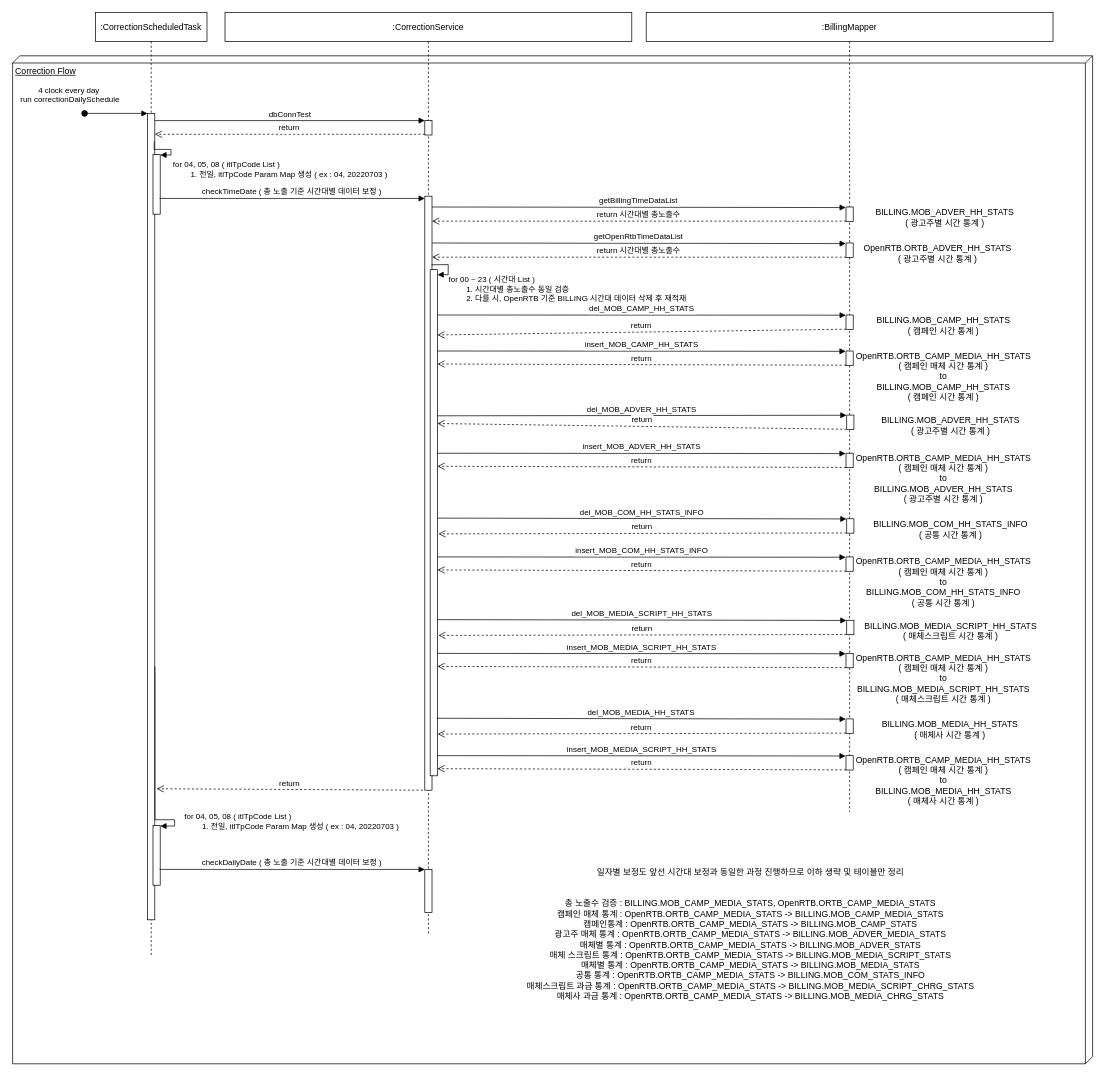
Above: OpenRTB 보정 스케줄러 Flow/.drawio in BaekSeungJo/Diagram (draw.io), before the change. Source tidied: cells renumbered, new cells numbered last; positions are measured from the earlier drawing's top-left corner, leaving out a move shared by most shapes. Both pictures are drawn from the tidied source at 72%, with x=0, y=0 at pixel (12, 12).
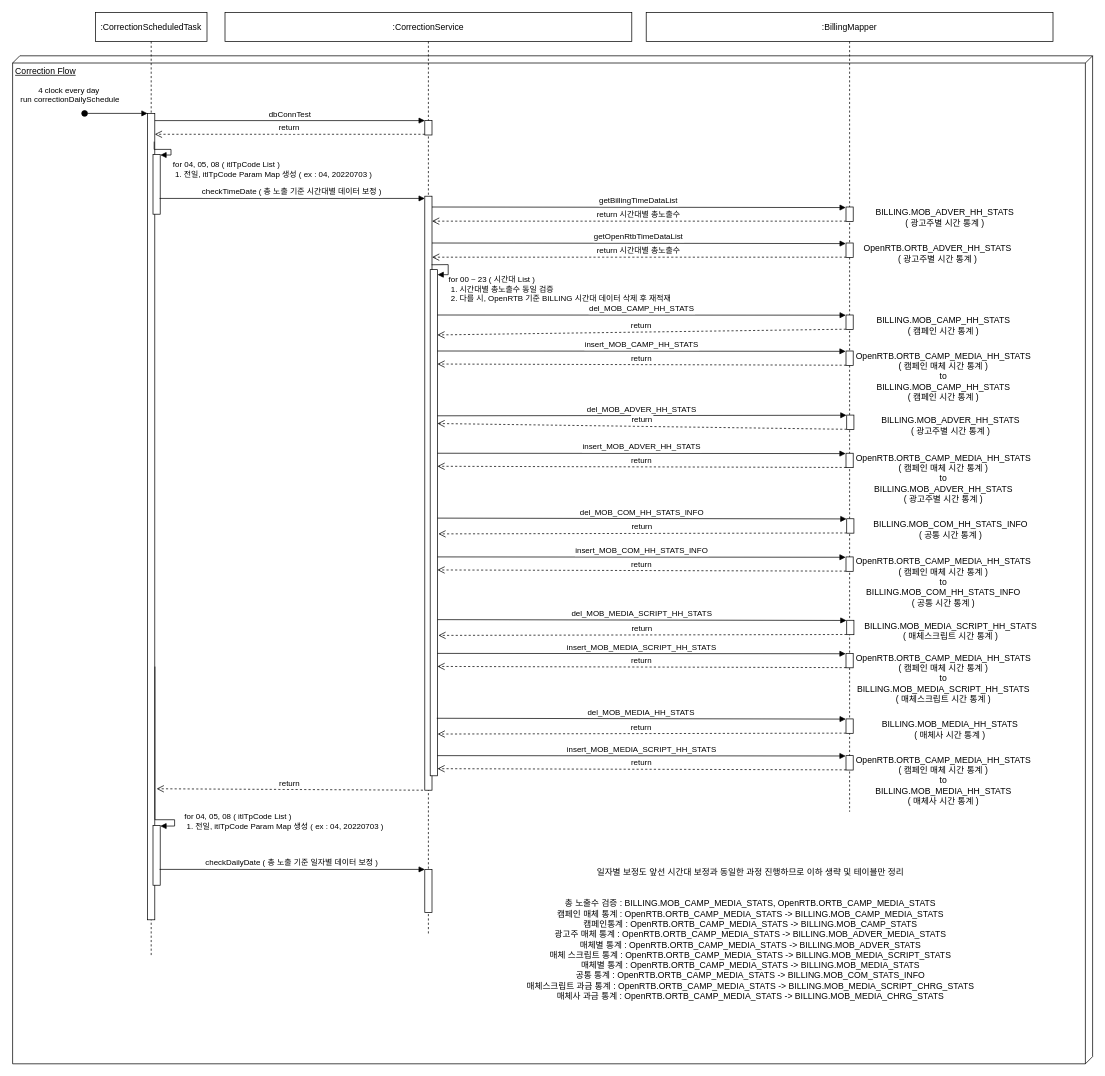
Above is the later version.

Commit message:
Update OpenRTB 보정 스케줄러 Flow\.drawio

The change refers to these unchanged cells:
```xml
<mxCell id="3" value=":CorrectionScheduledTask" style="shape=umlLifeline;perimeter=lifelinePerimeter;rounded=0;shadow=0;strokeWidth=1;" parent="1" vertex="1">
  <mxGeometry x="115" width="155" height="1310" as="geometry" />
</mxCell>
<mxCell id="4" style="points=[];perimeter=orthogonalPerimeter;rounded=0;shadow=0;strokeWidth=1;" parent="3" vertex="1">
  <mxGeometry x="72.5" y="140" width="10" height="1120" as="geometry" />
</mxCell>
<mxCell id="6" style="points=[];perimeter=orthogonalPerimeter;rounded=0;shadow=0;strokeWidth=1;" parent="3" vertex="1">
  <mxGeometry x="80" y="197" width="10" height="83" as="geometry" />
</mxCell>
<mxCell id="8" style="points=[];perimeter=orthogonalPerimeter;rounded=0;shadow=0;strokeWidth=1;" parent="3" vertex="1">
  <mxGeometry x="80" y="1129" width="10" height="83" as="geometry" />
</mxCell>
<mxCell id="10" value=":CorrectionService" style="shape=umlLifeline;perimeter=lifelinePerimeter;rounded=0;shadow=0;strokeWidth=1;" parent="1" vertex="1">
  <mxGeometry x="295" width="565" height="1280" as="geometry" />
</mxCell>
<mxCell id="30" style="points=[];perimeter=orthogonalPerimeter;rounded=0;shadow=0;strokeWidth=1;" parent="1" vertex="1">
  <mxGeometry x="580" y="357" width="10" height="703" as="geometry" />
</mxCell>
```

What changed in the source:
```diff
@@
-    <mxCell id="7" value="for 04, 05, 08 ( itlTpCode List )&lt;br&gt;&lt;span style=&quot;white-space: pre;&quot;&gt;&#9;&lt;/span&gt;1. 전일, itlTpCode Param Map 생성 ( ex : 04, 20220703 )" style="edgeStyle=orthogonalEdgeStyle;html=1;align=left;spacingLeft=2;endArrow=block;rounded=0;entryX=1.019;entryY=0.01;exitX=0.911;exitY=0.035;exitDx=0;exitDy=0;exitPerimeter=0;entryDx=0;entryDy=0;entryPerimeter=0;" parent="3" edge="1" source="4" target="6">
+    <mxCell id="7" value="for 04, 05, 08 ( itlTpCode List )&lt;br&gt;&lt;span style=&quot;white-space: pre;&quot;&gt; &lt;/span&gt;1. 전일, itlTpCode Param Map 생성 ( ex : 04, 20220703 )" style="edgeStyle=orthogonalEdgeStyle;html=1;align=left;spacingLeft=2;endArrow=block;rounded=0;entryX=1.019;entryY=0.01;exitX=0.911;exitY=0.035;exitDx=0;exitDy=0;exitPerimeter=0;entryDx=0;entryDy=0;entryPerimeter=0;" parent="3" edge="1" source="4" target="6">
       <mxGeometry x="0.53" y="20" relative="1" as="geometry">
         <Array as="points">
           <mxPoint x="105" y="190" />
           <mxPoint x="105" y="198" />
         </Array>
       </mxGeometry>
     </mxCell>
@@
-    <mxCell id="9" value="for 04, 05, 08 ( itlTpCode List )&lt;br&gt;&lt;span style=&quot;white-space: pre;&quot;&gt;&#9;&lt;/span&gt;1. 전일, itlTpCode Param Map 생성 ( ex : 04, 20220703 )" style="edgeStyle=orthogonalEdgeStyle;html=1;align=left;spacingLeft=2;endArrow=block;rounded=0;entryX=1.019;entryY=0.01;exitX=1.018;exitY=0.686;exitDx=0;exitDy=0;exitPerimeter=0;entryDx=0;entryDy=0;entryPerimeter=0;" parent="3" edge="1" source="4" target="8">
+    <mxCell id="9" value="for 04, 05, 08 ( itlTpCode List )&lt;br&gt;&lt;span style=&quot;white-space: pre;&quot;&gt; &lt;/span&gt;1. 전일, itlTpCode Param Map 생성 ( ex : 04, 20220703 )" style="edgeStyle=orthogonalEdgeStyle;html=1;align=left;spacingLeft=2;endArrow=block;rounded=0;entryX=1.019;entryY=0.01;exitX=1.018;exitY=0.686;exitDx=0;exitDy=0;exitPerimeter=0;entryDx=0;entryDy=0;entryPerimeter=0;" parent="3" edge="1" source="4" target="8">
       <mxGeometry x="0.85" y="5" relative="1" as="geometry">
         <Array as="points">
           <mxPoint x="110" y="1121" />
           <mxPoint x="110" y="1130" />
         </Array>
         <mxPoint x="5" y="-5" as="offset" />
       </mxGeometry>
     </mxCell>
@@
-    <mxCell id="15" value="checkDailyDate ( 총 노출 기준 시간대별 데이터 보정 )" style="verticalAlign=bottom;endArrow=block;shadow=0;strokeWidth=1;exitX=0.911;exitY=0.628;exitDx=0;exitDy=0;exitPerimeter=0;" parent="10" edge="1">
+    <mxCell id="15" value="checkDailyDate ( 총 노출 기준 일자별 데이터 보정 )" style="verticalAlign=bottom;endArrow=block;shadow=0;strokeWidth=1;exitX=0.911;exitY=0.628;exitDx=0;exitDy=0;exitPerimeter=0;" parent="10" edge="1">
       <mxGeometry relative="1" as="geometry">
         <mxPoint x="-90.9" y="1190" as="sourcePoint" />
         <mxPoint x="277.5" y="1190" as="targetPoint" />
       </mxGeometry>
     </mxCell>
@@
-    <mxCell id="31" value="for 00 ~ 23 ( 시간대 List )&lt;br&gt;&lt;span style=&quot;white-space: pre;&quot;&gt;&#9;&lt;/span&gt;1. 시간대별 총노출수 동일 검증&lt;br&gt;&lt;span style=&quot;white-space: pre;&quot;&gt;&#9;&lt;/span&gt;2. 다를 시, OpenRTB 기준 BILLING 시간대 데이터 삭제 후 재적재&lt;span style=&quot;white-space: pre;&quot;&gt;&#9;&lt;/span&gt;" style="edgeStyle=orthogonalEdgeStyle;html=1;align=left;spacingLeft=2;endArrow=block;rounded=0;entryX=1.019;entryY=0.01;exitX=0.942;exitY=0.264;exitDx=0;exitDy=0;exitPerimeter=0;entryDx=0;entryDy=0;entryPerimeter=0;" parent="1" edge="1" target="30">
+    <mxCell id="31" value="for 00 ~ 23 ( 시간대 List )&lt;br&gt;&lt;span style=&quot;white-space: pre;&quot;&gt; &lt;/span&gt;1. 시간대별 총노출수 동일 검증&lt;br&gt;&lt;span style=&quot;white-space: pre;&quot;&gt; &lt;/span&gt;2. 다를 시, OpenRTB 기준 BILLING 시간대 데이터 삭제 후 재적재&lt;span style=&quot;white-space: pre;&quot;&gt; &lt;/span&gt;" style="edgeStyle=orthogonalEdgeStyle;html=1;align=left;spacingLeft=2;endArrow=block;rounded=0;entryX=1.019;entryY=0.01;exitX=0.942;exitY=0.264;exitDx=0;exitDy=0;exitPerimeter=0;entryDx=0;entryDy=0;entryPerimeter=0;" parent="1" edge="1" target="30">
       <mxGeometry x="0.53" y="20" relative="1" as="geometry">
         <mxPoint x="581.9" y="350.2" as="sourcePoint" />
         <Array as="points">
           <mxPoint x="584" y="350" />
           <mxPoint x="605" y="350" />
           <mxPoint x="605" y="358" />
         </Array>
       </mxGeometry>
     </mxCell>
```
